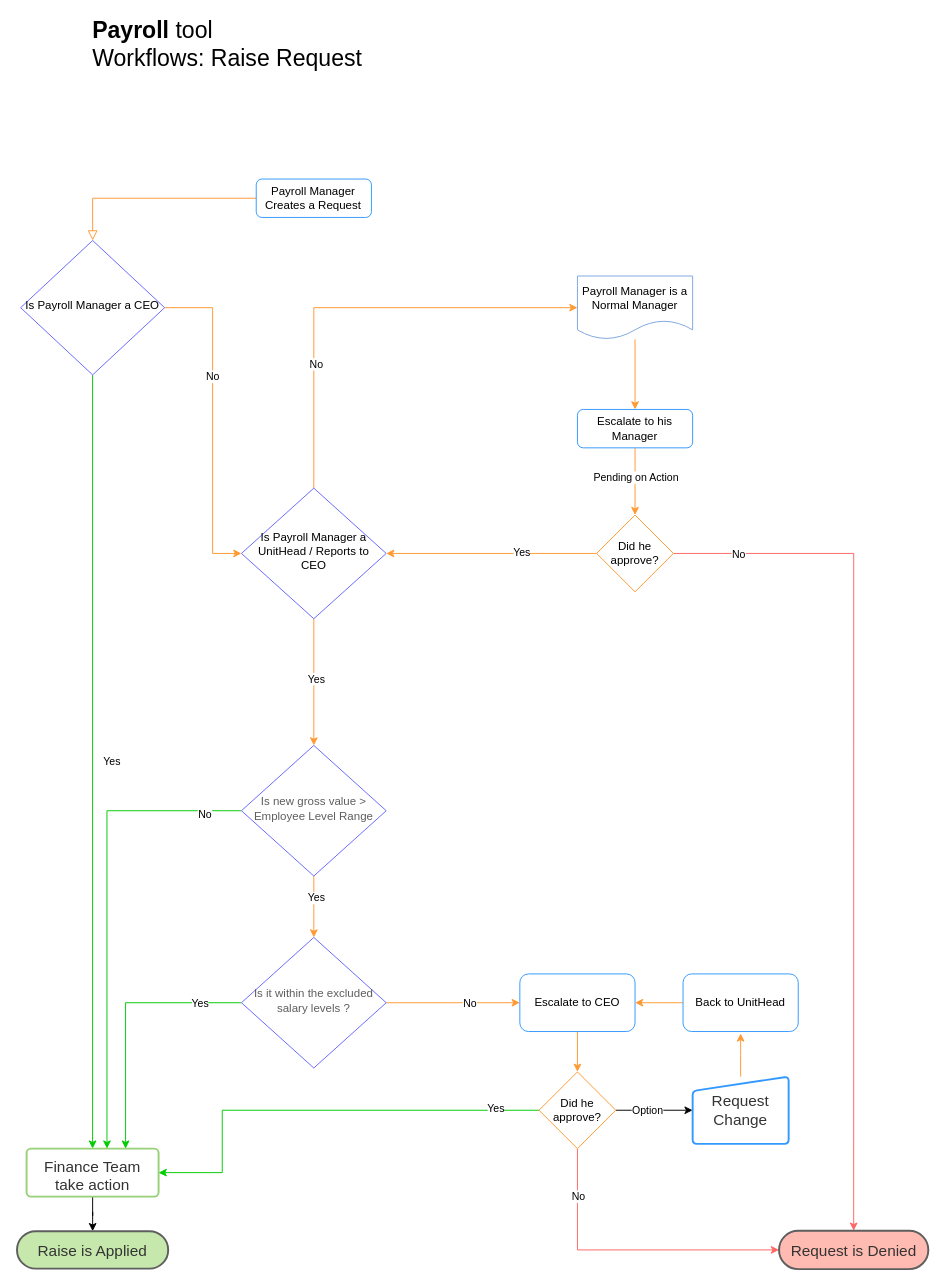
paula-at-flairs/Payroll-Workflows keeps this draw.io diagram as LevelChange/Untitled Diagram.drawio. Above is the earlier version. Source tidied: cells renumbered, new cells numbered last; positions are measured from the earlier drawing's top-left corner, leaving out a move shared by most shapes. Both pictures are drawn from the tidied source at 96%, with x=0, y=0 at pixel (16, 25).
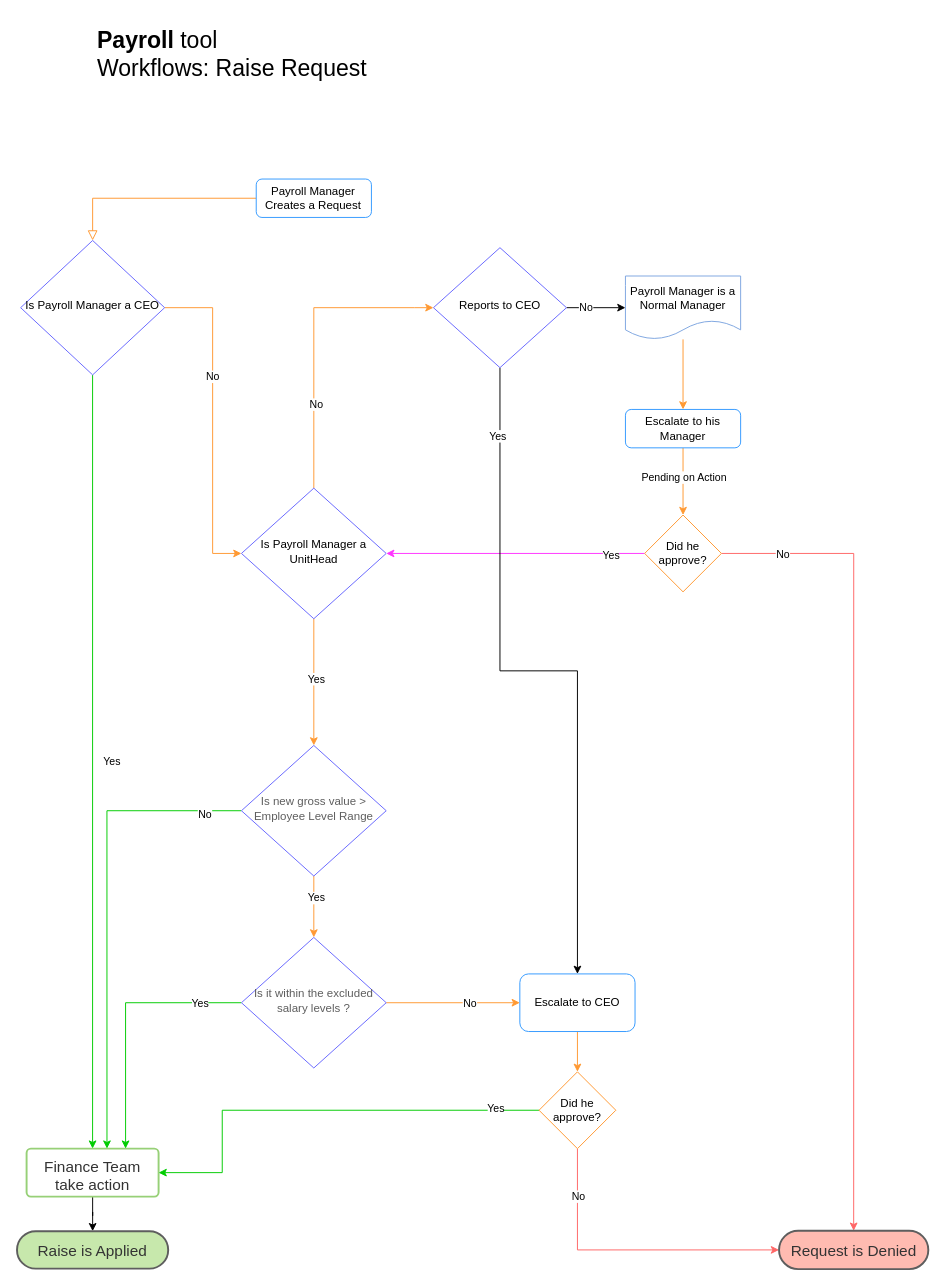
The same diagram, later.

Commit message:
updated level change template

The change refers to these unchanged cells:
```xml
<mxCell id="38" value="Escalate to CEO" style="rounded=1;whiteSpace=wrap;html=1;strokeColor=#3399FF;" parent="1" vertex="1">
  <mxGeometry x="524" y="988" width="120" height="60" as="geometry" />
</mxCell>
<mxCell id="45" value="Did he approve?" style="rhombus;whiteSpace=wrap;html=1;strokeColor=#FF9933;" parent="1" vertex="1">
  <mxGeometry x="544" y="1090" width="80" height="80" as="geometry" />
</mxCell>
```

Change to the diagram source:
```diff
@@
-    <mxCell id="13" style="edgeStyle=orthogonalEdgeStyle;rounded=0;jettySize=auto;html=1;exitX=0.5;exitY=0;exitDx=0;exitDy=0;strokeColor=#FF9933;" parent="1" edge="1" source="15" target="22">
+    <mxCell id="13" style="edgeStyle=orthogonalEdgeStyle;rounded=0;jettySize=auto;html=1;exitX=0.5;exitY=0;exitDx=0;exitDy=0;strokeColor=#FF9933;entryX=0;entryY=0.5;entryDx=0;entryDy=0;" parent="1" edge="1" source="15" target="56">
       <mxGeometry relative="1" as="geometry">
         <Array as="points">
           <mxPoint x="309" y="294" />
+          <mxPoint x="414" y="294" />
         </Array>
       </mxGeometry>
     </mxCell>
@@
-    <mxCell id="15" value="Is Payroll Manager a UnitHead / Reports to CEO" style="rhombus;whiteSpace=wrap;html=1;shadow=0;fontFamily=Helvetica;fontSize=12;align=center;strokeWidth=1;spacing=6;spacingTop=-4;strokeColor=#6666FF;" parent="1" vertex="1">
+    <mxCell id="15" value="Is Payroll Manager a UnitHead" style="rhombus;whiteSpace=wrap;html=1;shadow=0;fontFamily=Helvetica;fontSize=12;align=center;strokeWidth=1;spacing=6;spacingTop=-4;strokeColor=#6666FF;" parent="1" vertex="1">
       <mxGeometry x="234" y="482" width="150.8" height="136" as="geometry" />
     </mxCell>
@@
     <mxCell id="22" value="Payroll Manager is a Normal Manager" style="shape=document;whiteSpace=wrap;html=1;boundedLbl=1;strokeColor=#7EA6E0;" parent="1" vertex="1">
-      <mxGeometry x="584" y="261" width="120" height="66" as="geometry" />
+      <mxGeometry x="634" y="261" width="120" height="66" as="geometry" />
     </mxCell>
@@
     <mxCell id="25" value="Escalate to his Manager" style="rounded=1;whiteSpace=wrap;html=1;fontSize=12;glass=0;strokeWidth=1;shadow=0;strokeColor=#3399FF;" parent="1" vertex="1">
-      <mxGeometry x="584" y="400" width="120" height="40" as="geometry" />
+      <mxGeometry x="634" y="400" width="120" height="40" as="geometry" />
     </mxCell>
@@
-    <mxCell id="28" style="edgeStyle=orthogonalEdgeStyle;rounded=0;jettySize=auto;html=1;entryX=1;entryY=0.5;entryDx=0;entryDy=0;strokeColor=#FF9933;" parent="1" edge="1" source="30" target="15">
+    <mxCell id="28" style="edgeStyle=orthogonalEdgeStyle;rounded=0;jettySize=auto;html=1;exitX=0;exitY=0.5;exitDx=0;exitDy=0;entryX=1;entryY=0.5;entryDx=0;entryDy=0;strokeColor=#FF33FF;" parent="1" edge="1" source="30" target="15">
       <mxGeometry relative="1" as="geometry" />
     </mxCell>
-    <mxCell id="29" value="Yes" style="edgeLabel;html=1;align=center;verticalAlign=middle;" parent="28" vertex="1">
-      <mxGeometry x="-0.28" y="-2" relative="1" as="geometry" />
-    </mxCell>
+    <mxCell id="51" value="Yes" style="edgeLabel;html=1;align=center;verticalAlign=middle;" parent="28" vertex="1">
+      <mxGeometry x="-0.73" y="1" relative="1" as="geometry" />
+    </mxCell>
     <mxCell id="30" value="Did he approve?" style="rhombus;whiteSpace=wrap;html=1;strokeColor=#FF9933;" parent="1" vertex="1">
-      <mxGeometry x="604" y="510" width="80" height="80" as="geometry" />
+      <mxGeometry x="654" y="510" width="80" height="80" as="geometry" />
     </mxCell>
@@
-    <mxCell id="43" style="edgeStyle=orthogonalEdgeStyle;rounded=0;jettySize=auto;html=1;" parent="1" edge="1" source="45" target="47">
-      <mxGeometry relative="1" as="geometry" />
-    </mxCell>
-    <mxCell id="44" value="Option" style="edgeLabel;html=1;align=center;verticalAlign=middle;strokeColor=#FFD966;" parent="43" vertex="1">
-      <mxGeometry x="-0.2" y="1" relative="1" as="geometry" />
-    </mxCell>
@@
-    <mxCell id="46" style="edgeStyle=orthogonalEdgeStyle;rounded=0;jettySize=auto;html=1;strokeColor=#FF9933;" parent="1" edge="1" source="47">
-      <mxGeometry relative="1" as="geometry">
-        <mxPoint x="754" y="1050" as="targetPoint" />
-      </mxGeometry>
-    </mxCell>
-    <mxCell id="47" value="Request Change" style="html=1;overflow=block;blockSpacing=1;whiteSpace=wrap;shape=manualInput;size=15;whiteSpace=wrap;fontSize=16;fontColor=#333333;spacing=4;strokeColor=#3399FF;strokeOpacity=100;rounded=1;absoluteArcSize=1;arcSize=9;strokeWidth=2;" parent="1" vertex="1">
-      <mxGeometry x="704" y="1095" width="100" height="70" as="geometry" />
-    </mxCell>
-    <mxCell id="48" style="edgeStyle=orthogonalEdgeStyle;rounded=0;jettySize=auto;html=1;entryX=1;entryY=0.5;entryDx=0;entryDy=0;strokeColor=#FF9933;" parent="1" edge="1" source="49" target="38">
-      <mxGeometry relative="1" as="geometry" />
-    </mxCell>
-    <mxCell id="49" value="Back to UnitHead" style="rounded=1;whiteSpace=wrap;html=1;strokeColor=#3399FF;" parent="1" vertex="1">
-      <mxGeometry x="694" y="988" width="120" height="60" as="geometry" />
-    </mxCell>
     <mxCell id="50" value="&lt;div style=&quot;text-align: left&quot;&gt;&lt;font style=&quot;font-size: 24px&quot;&gt;&lt;b&gt;Payroll &lt;/b&gt;tool&lt;/font&gt;&lt;/div&gt;&lt;font style=&quot;font-size: 24px&quot;&gt;&lt;div style=&quot;text-align: left&quot;&gt;&lt;span&gt;Workflows: Raise Request&lt;/span&gt;&lt;/div&gt;&lt;/font&gt;" style="text;html=1;align=center;verticalAlign=middle;" parent="1" vertex="1">
-      <mxGeometry x="69.4" width="300" height="40" as="geometry" />
+      <mxGeometry x="74" y="10" width="300" height="40" as="geometry" />
     </mxCell>
+    <mxCell id="52" style="edgeStyle=orthogonalEdgeStyle;rounded=0;jettySize=auto;html=1;entryX=0.5;entryY=0;entryDx=0;entryDy=0;" parent="1" edge="1" source="56" target="38">
+      <mxGeometry relative="1" as="geometry" />
+    </mxCell>
+    <mxCell id="53" value="Yes" style="edgeLabel;html=1;align=center;verticalAlign=middle;" parent="52" vertex="1">
+      <mxGeometry x="-0.8" y="-3" relative="1" as="geometry" />
+    </mxCell>
+    <mxCell id="54" style="edgeStyle=orthogonalEdgeStyle;rounded=0;jettySize=auto;html=1;entryX=0;entryY=0.5;entryDx=0;entryDy=0;" parent="1" edge="1" source="56" target="22">
+      <mxGeometry relative="1" as="geometry" />
+    </mxCell>
+    <mxCell id="55" value="No" style="edgeLabel;html=1;align=center;verticalAlign=middle;" parent="54" vertex="1">
+      <mxGeometry x="-0.36" y="1" relative="1" as="geometry" />
+    </mxCell>
+    <mxCell id="56" value="Reports to CEO" style="rhombus;whiteSpace=wrap;html=1;shadow=0;fontFamily=Helvetica;fontSize=12;align=center;strokeWidth=1;spacing=6;spacingTop=-4;strokeColor=#6666FF;" parent="1" vertex="1">
+      <mxGeometry x="434" y="231.5" width="138.6" height="125" as="geometry" />
+    </mxCell>
```
